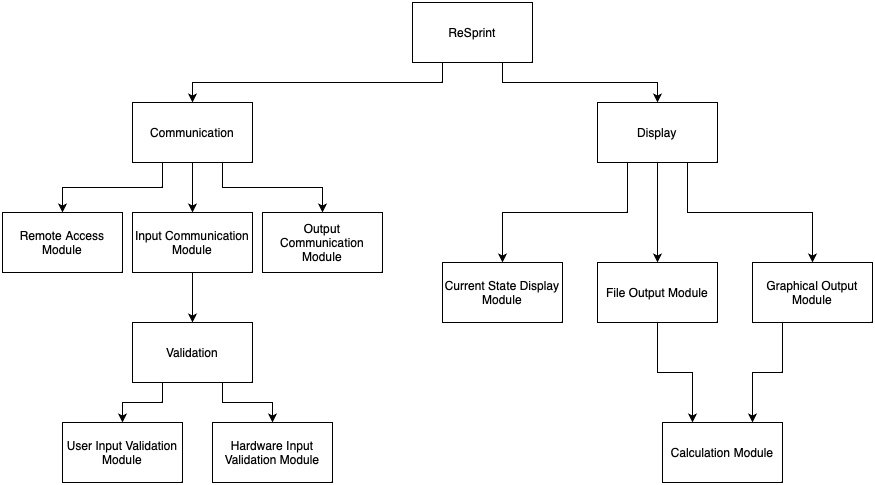
Earlier version of the draw.io export docs/Design/SoftArchitecture/UsesHierarchy.png (edwin-do/capstoneTeam30). Source tidied: cells renumbered, new cells last; positions are measured from the earlier drawing's top-left corner, leaving out a move shared by most shapes.
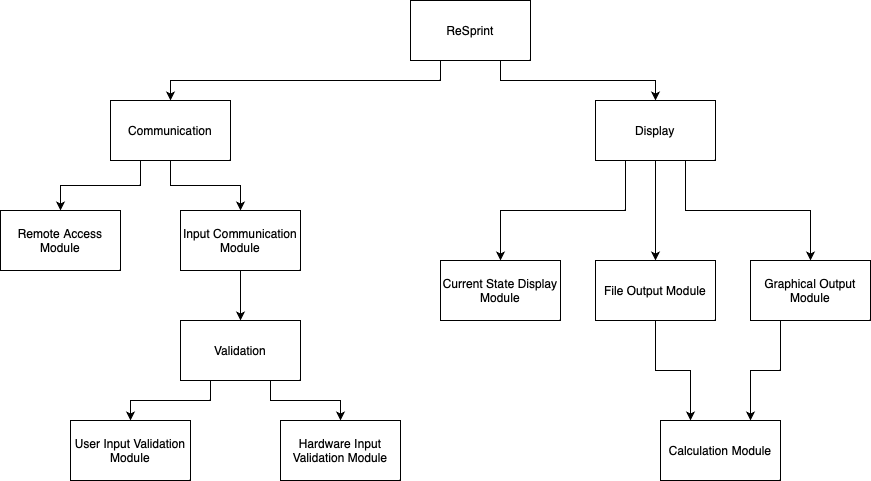
After the change.

Change to the diagram source:
```diff
@@ -17,11 +17,8 @@
     <mxCell id="6" style="edgeStyle=orthogonalEdgeStyle;rounded=0;jettySize=auto;html=1;exitX=0.5;exitY=1;exitDx=0;exitDy=0;entryX=0.5;entryY=0;entryDx=0;entryDy=0;" parent="1" edge="1" source="8" target="15">
       <mxGeometry relative="1" as="geometry" />
     </mxCell>
-    <mxCell id="7" style="edgeStyle=orthogonalEdgeStyle;rounded=0;jettySize=auto;html=1;exitX=0.75;exitY=1;exitDx=0;exitDy=0;entryX=0.5;entryY=0;entryDx=0;entryDy=0;" parent="1" edge="1" source="8" target="16">
-      <mxGeometry relative="1" as="geometry" />
-    </mxCell>
     <mxCell id="8" value="Communication" style="rounded=0;whiteSpace=wrap;html=1;" parent="1" vertex="1">
-      <mxGeometry x="130" y="100" width="120" height="60" as="geometry" />
+      <mxGeometry x="110" y="100" width="120" height="60" as="geometry" />
     </mxCell>
     <mxCell id="9" style="edgeStyle=orthogonalEdgeStyle;rounded=0;jettySize=auto;html=1;exitX=0.25;exitY=1;exitDx=0;exitDy=0;entryX=0.5;entryY=0;entryDx=0;entryDy=0;" parent="1" edge="1" source="12" target="18">
       <mxGeometry relative="1" as="geometry" />
@@ -42,11 +39,8 @@
       <mxGeometry relative="1" as="geometry" />
     </mxCell>
     <mxCell id="15" value="Input Communication Module" style="rounded=0;whiteSpace=wrap;html=1;" parent="1" vertex="1">
-      <mxGeometry x="130" y="210" width="120" height="60" as="geometry" />
+      <mxGeometry x="180" y="210" width="120" height="60" as="geometry" />
     </mxCell>
-    <mxCell id="16" value="Output Communication Module" style="rounded=0;whiteSpace=wrap;html=1;" parent="1" vertex="1">
-      <mxGeometry x="260" y="210" width="120" height="60" as="geometry" />
-    </mxCell>
     <mxCell id="17" value="Remote Access Module" style="rounded=0;whiteSpace=wrap;html=1;" parent="1" vertex="1">
       <mxGeometry y="210" width="120" height="60" as="geometry" />
     </mxCell>
@@ -66,13 +60,13 @@
       <mxGeometry relative="1" as="geometry" />
     </mxCell>
     <mxCell id="23" value="Validation" style="rounded=0;whiteSpace=wrap;html=1;" parent="1" vertex="1">
-      <mxGeometry x="130" y="320" width="120" height="60" as="geometry" />
+      <mxGeometry x="180" y="320" width="120" height="60" as="geometry" />
     </mxCell>
     <mxCell id="24" value="User Input Validation Module" style="rounded=0;whiteSpace=wrap;html=1;" parent="1" vertex="1">
-      <mxGeometry x="60" y="420" width="120" height="60" as="geometry" />
+      <mxGeometry x="70" y="420" width="120" height="60" as="geometry" />
     </mxCell>
     <mxCell id="25" value="Hardware Input Validation Module" style="rounded=0;whiteSpace=wrap;html=1;" parent="1" vertex="1">
-      <mxGeometry x="210" y="420" width="120" height="60" as="geometry" />
+      <mxGeometry x="280" y="420" width="120" height="60" as="geometry" />
     </mxCell>
     <mxCell id="26" style="edgeStyle=orthogonalEdgeStyle;rounded=0;jettySize=auto;html=1;exitX=0.5;exitY=1;exitDx=0;exitDy=0;entryX=0.25;entryY=0;entryDx=0;entryDy=0;" parent="1" edge="1" source="27" target="13">
       <mxGeometry relative="1" as="geometry" />
```
